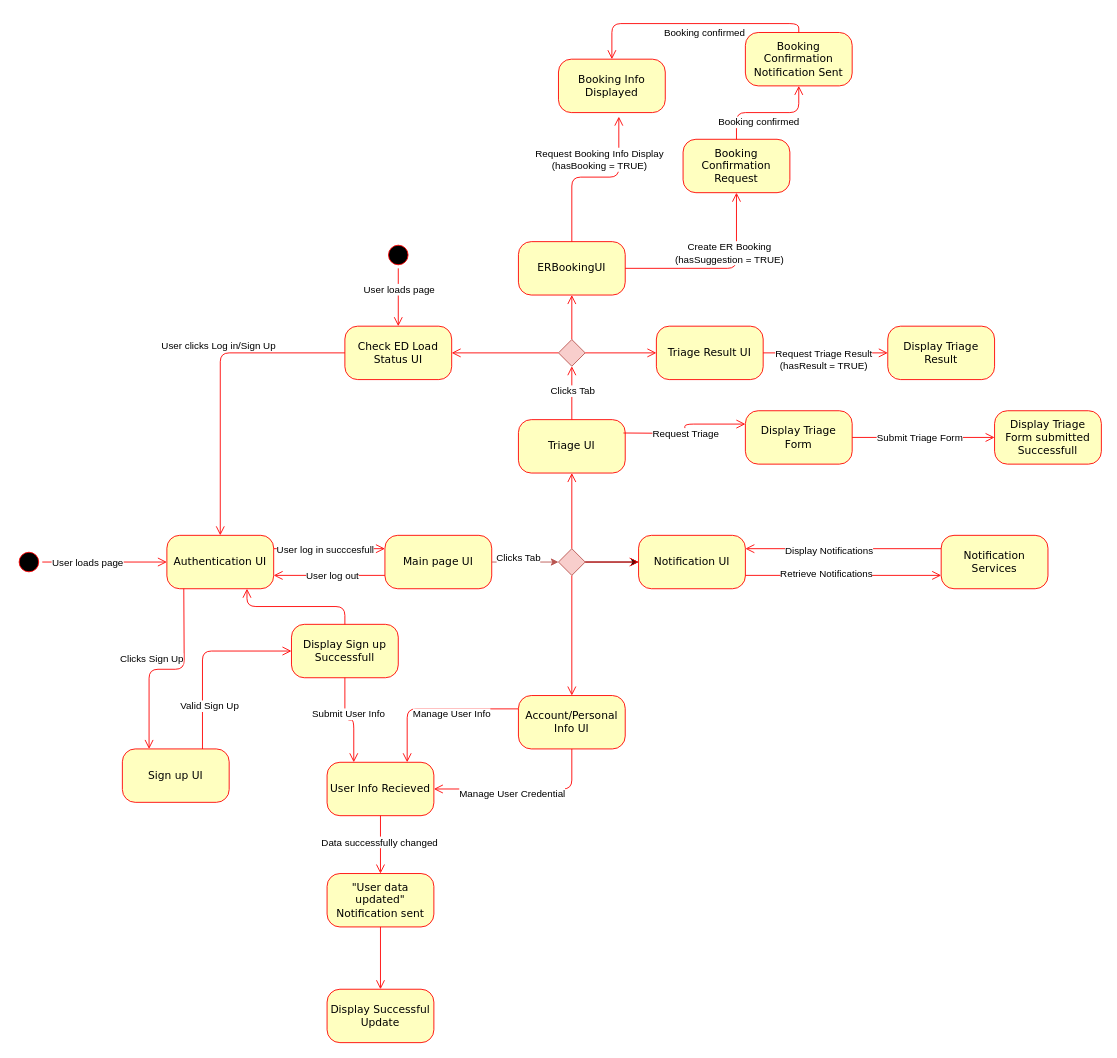
This is Drawio/UIStateDiagram.drawio from uvic-teach/project-m1-team8, a draw.io file, before an edit. Source tidied: cells renumbered, new cells numbered last; positions are measured from the earlier drawing's top-left corner, leaving out a move shared by most shapes. Both pictures are drawn from the tidied source at 89%, with x=0, y=0 at pixel (15, 32).
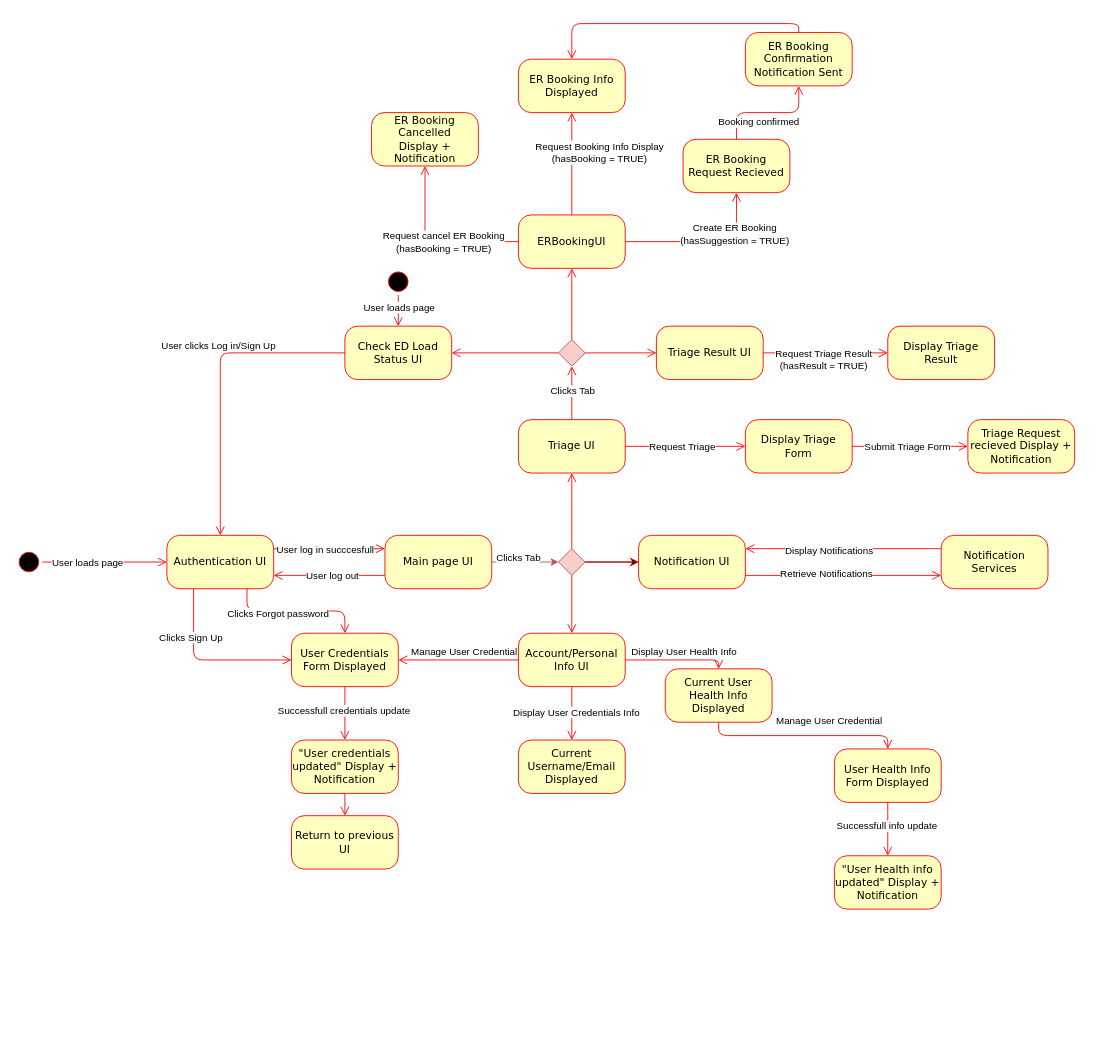
The same diagram, later.

Unchanged cells that the change refers to:
```xml
<mxCell id="3" value="Authentication UI" style="rounded=1;whiteSpace=wrap;html=1;arcSize=24;fillColor=#ffffc0;strokeColor=#ff0000;shadow=0;comic=0;labelBackgroundColor=none;fontFamily=Verdana;fontSize=12;fontColor=#000000;align=center;" parent="1" vertex="1">
  <mxGeometry x="170" y="565" width="120" height="60" as="geometry" />
</mxCell>
<mxCell id="14" value="Triage UI" style="rounded=1;whiteSpace=wrap;html=1;arcSize=24;fillColor=#ffffc0;strokeColor=#ff0000;shadow=0;comic=0;labelBackgroundColor=none;fontFamily=Verdana;fontSize=12;fontColor=#000000;align=center;" parent="1" vertex="1">
  <mxGeometry x="565" y="435" width="120" height="60" as="geometry" />
</mxCell>
<mxCell id="47" style="edgeStyle=orthogonalEdgeStyle;html=1;labelBackgroundColor=none;endArrow=open;endSize=8;strokeColor=#ff0000;fontFamily=Verdana;fontSize=12;align=left;exitX=0.5;exitY=0;exitDx=0;exitDy=0;entryX=0.5;entryY=0;entryDx=0;entryDy=0;" parent="1" edge="1" source="46" target="42">
  <mxGeometry relative="1" as="geometry" />
</mxCell>
```

Change to the diagram source:
```diff
@@
-    <mxCell id="10" style="edgeStyle=orthogonalEdgeStyle;html=1;labelBackgroundColor=none;endArrow=open;endSize=8;strokeColor=#ff0000;fontFamily=Verdana;fontSize=12;align=left;exitX=0.5;exitY=1;exitDx=0;exitDy=0;entryX=0.25;entryY=0;entryDx=0;entryDy=0;" parent="1" edge="1" target="28">
-      <mxGeometry relative="1" as="geometry">
-        <mxPoint x="189" y="625" as="sourcePoint" />
-      </mxGeometry>
+    <mxCell id="10" style="edgeStyle=orthogonalEdgeStyle;html=1;labelBackgroundColor=none;endArrow=open;endSize=8;strokeColor=#ff0000;fontFamily=Verdana;fontSize=12;align=left;entryX=0;entryY=0.5;entryDx=0;entryDy=0;exitX=0.25;exitY=1;exitDx=0;exitDy=0;" parent="1" edge="1" source="3" target="55">
+      <mxGeometry relative="1" as="geometry" />
     </mxCell>
     <mxCell id="11" value="Clicks Sign Up" style="edgeLabel;html=1;align=center;verticalAlign=middle;" parent="10" vertex="1">
       <mxGeometry x="-0.28" relative="1" as="geometry">
-        <mxPoint x="-37" as="offset" />
+        <mxPoint x="-4" y="-14" as="offset" />
       </mxGeometry>
     </mxCell>
@@
     <mxCell id="16" value="ERBookingUI" style="rounded=1;whiteSpace=wrap;html=1;arcSize=24;fillColor=#ffffc0;strokeColor=#ff0000;shadow=0;comic=0;labelBackgroundColor=none;fontFamily=Verdana;fontSize=12;fontColor=#000000;align=center;" parent="1" vertex="1">
-      <mxGeometry x="565" y="235" width="120" height="60" as="geometry" />
+      <mxGeometry x="565" y="205" width="120" height="60" as="geometry" />
     </mxCell>
@@
     <mxCell id="21" value="Account/Personal Info UI" style="rounded=1;whiteSpace=wrap;html=1;arcSize=24;fillColor=#ffffc0;strokeColor=#ff0000;shadow=0;comic=0;labelBackgroundColor=none;fontFamily=Verdana;fontSize=12;fontColor=#000000;align=center;" parent="1" vertex="1">
-      <mxGeometry x="565" y="745" width="120" height="60" as="geometry" />
+      <mxGeometry x="565" y="675" width="120" height="60" as="geometry" />
     </mxCell>
@@
     <mxCell id="25" style="ellipse;html=1;shape=startState;fillColor=#000000;strokeColor=#ff0000;rounded=1;shadow=0;comic=0;labelBackgroundColor=none;fontFamily=Verdana;fontSize=12;fontColor=#000000;align=center;direction=south;" parent="1" vertex="1">
-      <mxGeometry x="415" y="235" width="30" height="30" as="geometry" />
+      <mxGeometry x="415" y="265" width="30" height="30" as="geometry" />
     </mxCell>
@@
-    <mxCell id="28" value="Sign up UI" style="rounded=1;whiteSpace=wrap;html=1;arcSize=24;fillColor=#ffffc0;strokeColor=#ff0000;shadow=0;comic=0;labelBackgroundColor=none;fontFamily=Verdana;fontSize=12;fontColor=#000000;align=center;" parent="1" vertex="1">
-      <mxGeometry x="120" y="805" width="120" height="60" as="geometry" />
-    </mxCell>
-    <mxCell id="29" style="edgeStyle=orthogonalEdgeStyle;html=1;labelBackgroundColor=none;endArrow=open;endSize=8;strokeColor=#ff0000;fontFamily=Verdana;fontSize=12;align=left;exitX=0.75;exitY=0;exitDx=0;exitDy=0;entryX=0;entryY=0.5;entryDx=0;entryDy=0;" parent="1" edge="1" source="28" target="56">
-      <mxGeometry relative="1" as="geometry" />
-    </mxCell>
-    <mxCell id="30" value="Valid Sign Up" style="edgeLabel;html=1;align=center;verticalAlign=middle;" parent="29" vertex="1">
-      <mxGeometry x="-0.24" y="5" relative="1" as="geometry">
-        <mxPoint x="12" y="31" as="offset" />
-      </mxGeometry>
-    </mxCell>
@@
-    <mxCell id="40" style="edgeStyle=orthogonalEdgeStyle;html=1;labelBackgroundColor=none;endArrow=open;endSize=8;strokeColor=#ff0000;fontFamily=Verdana;fontSize=12;align=left;exitX=0.5;exitY=0;exitDx=0;exitDy=0;entryX=0.565;entryY=1.076;entryDx=0;entryDy=0;entryPerimeter=0;" parent="1" edge="1" source="16" target="42">
+    <mxCell id="40" style="edgeStyle=orthogonalEdgeStyle;html=1;labelBackgroundColor=none;endArrow=open;endSize=8;strokeColor=#ff0000;fontFamily=Verdana;fontSize=12;align=left;exitX=0.5;exitY=0;exitDx=0;exitDy=0;entryX=0.5;entryY=1;entryDx=0;entryDy=0;" parent="1" edge="1" source="16" target="42">
       <mxGeometry relative="1" as="geometry" />
     </mxCell>
@@
-    <mxCell id="42" value="Booking Info Displayed" style="rounded=1;whiteSpace=wrap;html=1;arcSize=24;fillColor=#ffffc0;strokeColor=#ff0000;shadow=0;comic=0;labelBackgroundColor=none;fontFamily=Verdana;fontSize=12;fontColor=#000000;align=center;" parent="1" vertex="1">
-      <mxGeometry x="610" y="30" width="120" height="60" as="geometry" />
+    <mxCell id="42" value="ER Booking Info Displayed" style="rounded=1;whiteSpace=wrap;html=1;arcSize=24;fillColor=#ffffc0;strokeColor=#ff0000;shadow=0;comic=0;labelBackgroundColor=none;fontFamily=Verdana;fontSize=12;fontColor=#000000;align=center;" parent="1" vertex="1">
+      <mxGeometry x="565" y="30" width="120" height="60" as="geometry" />
     </mxCell>
-    <mxCell id="43" value="Booking Confirmation Request" style="rounded=1;whiteSpace=wrap;html=1;arcSize=24;fillColor=#ffffc0;strokeColor=#ff0000;shadow=0;comic=0;labelBackgroundColor=none;fontFamily=Verdana;fontSize=12;fontColor=#000000;align=center;" parent="1" vertex="1">
+    <mxCell id="43" value="ER Booking Request Recieved" style="rounded=1;whiteSpace=wrap;html=1;arcSize=24;fillColor=#ffffc0;strokeColor=#ff0000;shadow=0;comic=0;labelBackgroundColor=none;fontFamily=Verdana;fontSize=12;fontColor=#000000;align=center;" parent="1" vertex="1">
       <mxGeometry x="750" y="120" width="120" height="60" as="geometry" />
     </mxCell>
@@
-    <mxCell id="46" value="Booking Confirmation Notification Sent" style="rounded=1;whiteSpace=wrap;html=1;arcSize=24;fillColor=#ffffc0;strokeColor=#ff0000;shadow=0;comic=0;labelBackgroundColor=none;fontFamily=Verdana;fontSize=12;fontColor=#000000;align=center;" parent="1" vertex="1">
+    <mxCell id="46" value="ER Booking Confirmation Notification Sent" style="rounded=1;whiteSpace=wrap;html=1;arcSize=24;fillColor=#ffffc0;strokeColor=#ff0000;shadow=0;comic=0;labelBackgroundColor=none;fontFamily=Verdana;fontSize=12;fontColor=#000000;align=center;" parent="1" vertex="1">
       <mxGeometry x="820" width="120" height="60" as="geometry" />
     </mxCell>
@@
-    <mxCell id="48" value="Booking confirmed" style="edgeLabel;html=1;align=center;verticalAlign=middle;" parent="47" vertex="1">
-      <mxGeometry x="-0.17" relative="1" as="geometry">
-        <mxPoint x="-9" y="10" as="offset" />
-      </mxGeometry>
-    </mxCell>
-    <mxCell id="49" style="edgeStyle=orthogonalEdgeStyle;html=1;labelBackgroundColor=none;endArrow=open;endSize=8;strokeColor=#ff0000;fontFamily=Verdana;fontSize=12;align=left;exitX=1;exitY=0.25;exitDx=0;exitDy=0;entryX=0;entryY=0.25;entryDx=0;entryDy=0;" parent="1" edge="1" target="51">
-      <mxGeometry relative="1" as="geometry">
-        <mxPoint x="683" y="450" as="sourcePoint" />
-      </mxGeometry>
+    <mxCell id="49" style="edgeStyle=orthogonalEdgeStyle;html=1;labelBackgroundColor=none;endArrow=open;endSize=8;strokeColor=#ff0000;fontFamily=Verdana;fontSize=12;align=left;exitX=1;exitY=0.5;exitDx=0;exitDy=0;entryX=0;entryY=0.5;entryDx=0;entryDy=0;" parent="1" edge="1" source="14" target="51">
+      <mxGeometry relative="1" as="geometry" />
     </mxCell>
@@
     <mxCell id="51" value="Display Triage Form" style="rounded=1;whiteSpace=wrap;html=1;arcSize=24;fillColor=#ffffc0;strokeColor=#ff0000;shadow=0;comic=0;labelBackgroundColor=none;fontFamily=Verdana;fontSize=12;fontColor=#000000;align=center;" parent="1" vertex="1">
-      <mxGeometry x="820" y="425" width="120" height="60" as="geometry" />
+      <mxGeometry x="820" y="435" width="120" height="60" as="geometry" />
     </mxCell>
@@
-    <mxCell id="55" value="User Info Recieved" style="rounded=1;whiteSpace=wrap;html=1;arcSize=24;fillColor=#ffffc0;strokeColor=#ff0000;shadow=0;comic=0;labelBackgroundColor=none;fontFamily=Verdana;fontSize=12;fontColor=#000000;align=center;" parent="1" vertex="1">
-      <mxGeometry x="350" y="820" width="120" height="60" as="geometry" />
+    <mxCell id="55" value="User Credentials Form Displayed" style="rounded=1;whiteSpace=wrap;html=1;arcSize=24;fillColor=#ffffc0;strokeColor=#ff0000;shadow=0;comic=0;labelBackgroundColor=none;fontFamily=Verdana;fontSize=12;fontColor=#000000;align=center;" parent="1" vertex="1">
+      <mxGeometry x="310" y="675" width="120" height="60" as="geometry" />
     </mxCell>
-    <mxCell id="56" value="Display Sign up Successfull" style="rounded=1;whiteSpace=wrap;html=1;arcSize=24;fillColor=#ffffc0;strokeColor=#ff0000;shadow=0;comic=0;labelBackgroundColor=none;fontFamily=Verdana;fontSize=12;fontColor=#000000;align=center;" parent="1" vertex="1">
-      <mxGeometry x="310" y="665" width="120" height="60" as="geometry" />
-    </mxCell>
-    <mxCell id="57" style="edgeStyle=orthogonalEdgeStyle;html=1;labelBackgroundColor=none;endArrow=open;endSize=8;strokeColor=#ff0000;fontFamily=Verdana;fontSize=12;align=left;exitX=0.5;exitY=1;exitDx=0;exitDy=0;entryX=0.25;entryY=0;entryDx=0;entryDy=0;" parent="1" edge="1" source="56" target="55">
-      <mxGeometry relative="1" as="geometry" />
-    </mxCell>
-    <mxCell id="58" value="Submit User Info" style="edgeLabel;html=1;align=center;verticalAlign=middle;" parent="57" vertex="1">
-      <mxGeometry x="-0.24" y="5" relative="1" as="geometry">
-        <mxPoint x="-2" as="offset" />
-      </mxGeometry>
-    </mxCell>
-    <mxCell id="59" style="edgeStyle=orthogonalEdgeStyle;html=1;labelBackgroundColor=none;endArrow=open;endSize=8;strokeColor=#ff0000;fontFamily=Verdana;fontSize=12;align=left;exitX=0.5;exitY=0;exitDx=0;exitDy=0;entryX=0.75;entryY=1;entryDx=0;entryDy=0;" parent="1" edge="1" source="56" target="3">
-      <mxGeometry relative="1" as="geometry" />
-    </mxCell>
-    <mxCell id="60" style="edgeStyle=orthogonalEdgeStyle;html=1;labelBackgroundColor=none;endArrow=open;endSize=8;strokeColor=#ff0000;fontFamily=Verdana;fontSize=12;align=left;exitX=0.5;exitY=1;exitDx=0;exitDy=0;entryX=1;entryY=0.5;entryDx=0;entryDy=0;" parent="1" edge="1" source="21" target="55">
+    <mxCell id="60" style="edgeStyle=orthogonalEdgeStyle;html=1;labelBackgroundColor=none;endArrow=open;endSize=8;strokeColor=#ff0000;fontFamily=Verdana;fontSize=12;align=left;exitX=0;exitY=0.5;exitDx=0;exitDy=0;entryX=1;entryY=0.5;entryDx=0;entryDy=0;" parent="1" edge="1" source="21" target="55">
       <mxGeometry relative="1" as="geometry" />
     </mxCell>
     <mxCell id="61" value="Manage User Credential" style="edgeLabel;html=1;align=center;verticalAlign=middle;" parent="60" vertex="1">
-      <mxGeometry x="0.13" y="4" relative="1" as="geometry" />
+      <mxGeometry x="0.13" y="4" relative="1" as="geometry">
+        <mxPoint x="14" y="-14" as="offset" />
+      </mxGeometry>
     </mxCell>
-    <mxCell id="62" style="edgeStyle=orthogonalEdgeStyle;html=1;labelBackgroundColor=none;endArrow=open;endSize=8;strokeColor=#ff0000;fontFamily=Verdana;fontSize=12;align=left;exitX=0;exitY=0.25;exitDx=0;exitDy=0;entryX=0.75;entryY=0;entryDx=0;entryDy=0;" parent="1" edge="1" source="21" target="55">
-      <mxGeometry relative="1" as="geometry" />
-    </mxCell>
-    <mxCell id="63" value="Manage User Info" style="edgeLabel;html=1;align=center;verticalAlign=middle;" parent="62" vertex="1">
-      <mxGeometry x="0.13" y="4" relative="1" as="geometry">
-        <mxPoint x="29" y="1" as="offset" />
-      </mxGeometry>
-    </mxCell>
-    <mxCell id="64" style="edgeStyle=orthogonalEdgeStyle;html=1;labelBackgroundColor=none;endArrow=open;endSize=8;strokeColor=#ff0000;fontFamily=Verdana;fontSize=12;align=left;exitX=0.5;exitY=1;exitDx=0;exitDy=0;entryX=0.5;entryY=0;entryDx=0;entryDy=0;" parent="1" edge="1" source="55" target="66">
+    <mxCell id="64" style="edgeStyle=orthogonalEdgeStyle;html=1;labelBackgroundColor=none;endArrow=open;endSize=8;strokeColor=#ff0000;fontFamily=Verdana;fontSize=12;align=left;entryX=0.5;entryY=0;entryDx=0;entryDy=0;exitX=0.5;exitY=1;exitDx=0;exitDy=0;" parent="1" edge="1" source="91" target="66">
       <mxGeometry relative="1" as="geometry" />
     </mxCell>
-    <mxCell id="65" value="Data successfully changed" style="edgeLabel;html=1;align=center;verticalAlign=middle;" parent="64" vertex="1">
+    <mxCell id="65" value="Successfull info update" style="edgeLabel;html=1;align=center;verticalAlign=middle;" parent="64" vertex="1">
       <mxGeometry x="-0.12" y="-2" relative="1" as="geometry" />
     </mxCell>
-    <mxCell id="66" value="&quot;User data updated&quot; Notification sent" style="rounded=1;whiteSpace=wrap;html=1;arcSize=24;fillColor=#ffffc0;strokeColor=#ff0000;shadow=0;comic=0;labelBackgroundColor=none;fontFamily=Verdana;fontSize=12;fontColor=#000000;align=center;" parent="1" vertex="1">
-      <mxGeometry x="350" y="945" width="120" height="60" as="geometry" />
+    <mxCell id="66" value="&quot;User Health info updated&quot; Display + Notification " style="rounded=1;whiteSpace=wrap;html=1;arcSize=24;fillColor=#ffffc0;strokeColor=#ff0000;shadow=0;comic=0;labelBackgroundColor=none;fontFamily=Verdana;fontSize=12;fontColor=#000000;align=center;" parent="1" vertex="1">
+      <mxGeometry x="920" y="925" width="120" height="60" as="geometry" />
     </mxCell>
-    <mxCell id="67" style="edgeStyle=orthogonalEdgeStyle;html=1;labelBackgroundColor=none;endArrow=open;endSize=8;strokeColor=#ff0000;fontFamily=Verdana;fontSize=12;align=left;exitX=0.5;exitY=1;exitDx=0;exitDy=0;entryX=0.5;entryY=0;entryDx=0;entryDy=0;" parent="1" edge="1" source="66" target="68">
-      <mxGeometry relative="1" as="geometry" />
-    </mxCell>
-    <mxCell id="68" value="Display Successful Update" style="rounded=1;whiteSpace=wrap;html=1;arcSize=24;fillColor=#ffffc0;strokeColor=#ff0000;shadow=0;comic=0;labelBackgroundColor=none;fontFamily=Verdana;fontSize=12;fontColor=#000000;align=center;" parent="1" vertex="1">
-      <mxGeometry x="350" y="1075" width="120" height="60" as="geometry" />
-    </mxCell>
@@
-    <mxCell id="76" style="edgeStyle=orthogonalEdgeStyle;html=1;labelBackgroundColor=none;endArrow=open;endSize=8;strokeColor=#ff0000;fontFamily=Verdana;fontSize=12;align=left;exitX=1;exitY=0.5;exitDx=0;exitDy=0;entryX=0;entryY=0.5;entryDx=0;entryDy=0;" parent="1" edge="1" source="51" target="78">
+    <mxCell id="76" style="edgeStyle=orthogonalEdgeStyle;html=1;labelBackgroundColor=none;endArrow=open;endSize=8;strokeColor=#ff0000;fontFamily=Verdana;fontSize=12;align=left;exitX=1;exitY=0.5;exitDx=0;exitDy=0;entryX=0;entryY=0.5;entryDx=0;entryDy=0;" parent="1" edge="1" source="51" target="79">
       <mxGeometry relative="1" as="geometry" />
     </mxCell>
@@
-    <mxCell id="78" value="Display Triage Form submitted Successfull" style="rounded=1;whiteSpace=wrap;html=1;arcSize=24;fillColor=#ffffc0;strokeColor=#ff0000;shadow=0;comic=0;labelBackgroundColor=none;fontFamily=Verdana;fontSize=12;fontColor=#000000;align=center;" parent="1" vertex="1">
-      <mxGeometry x="1100" y="425" width="120" height="60" as="geometry" />
-    </mxCell>
+    <mxCell id="79" value="Triage Request recieved Display + Notification " style="rounded=1;whiteSpace=wrap;html=1;arcSize=24;fillColor=#ffffc0;strokeColor=#ff0000;shadow=0;comic=0;labelBackgroundColor=none;fontFamily=Verdana;fontSize=12;fontColor=#000000;align=center;" parent="1" vertex="1">
+      <mxGeometry x="1070" y="435" width="120" height="60" as="geometry" />
+    </mxCell>
+    <mxCell id="80" value="&lt;div&gt;ER Booking Cancelled &lt;br&gt;&lt;/div&gt;&lt;div&gt;Display + Notification&lt;br&gt;&lt;/div&gt;" style="rounded=1;whiteSpace=wrap;html=1;arcSize=24;fillColor=#ffffc0;strokeColor=#ff0000;shadow=0;comic=0;labelBackgroundColor=none;fontFamily=Verdana;fontSize=12;fontColor=#000000;align=center;" parent="1" vertex="1">
+      <mxGeometry x="400" y="90" width="120" height="60" as="geometry" />
+    </mxCell>
+    <mxCell id="81" style="edgeStyle=orthogonalEdgeStyle;html=1;labelBackgroundColor=none;endArrow=open;endSize=8;strokeColor=#ff0000;fontFamily=Verdana;fontSize=12;align=left;exitX=0;exitY=0.5;exitDx=0;exitDy=0;entryX=0.5;entryY=1;entryDx=0;entryDy=0;" parent="1" edge="1" source="16" target="80">
+      <mxGeometry relative="1" as="geometry" />
+    </mxCell>
+    <mxCell id="82" value="&lt;div&gt;Request cancel ER Booking &lt;br&gt;&lt;/div&gt;&lt;div&gt;(hasBooking = TRUE)&lt;br&gt;&lt;/div&gt;" style="edgeLabel;html=1;align=center;verticalAlign=middle;" parent="81" vertex="1">
+      <mxGeometry x="-0.44" y="4" relative="1" as="geometry">
+        <mxPoint x="-32" y="-4" as="offset" />
+      </mxGeometry>
+    </mxCell>
+    <mxCell id="83" style="edgeStyle=orthogonalEdgeStyle;html=1;labelBackgroundColor=none;endArrow=open;endSize=8;strokeColor=#ff0000;fontFamily=Verdana;fontSize=12;align=left;exitX=1;exitY=0.5;exitDx=0;exitDy=0;entryX=0.5;entryY=0;entryDx=0;entryDy=0;" parent="1" edge="1" source="21" target="85">
+      <mxGeometry relative="1" as="geometry" />
+    </mxCell>
+    <mxCell id="84" value="Display User Health Info" style="edgeLabel;html=1;align=center;verticalAlign=middle;" parent="83" vertex="1">
+      <mxGeometry x="0.13" y="4" relative="1" as="geometry">
+        <mxPoint y="-6" as="offset" />
+      </mxGeometry>
+    </mxCell>
+    <mxCell id="85" value="Current User Health Info Displayed" style="rounded=1;whiteSpace=wrap;html=1;arcSize=24;fillColor=#ffffc0;strokeColor=#ff0000;shadow=0;comic=0;labelBackgroundColor=none;fontFamily=Verdana;fontSize=12;fontColor=#000000;align=center;" parent="1" vertex="1">
+      <mxGeometry x="730" y="715" width="120" height="60" as="geometry" />
+    </mxCell>
+    <mxCell id="86" style="edgeStyle=orthogonalEdgeStyle;html=1;labelBackgroundColor=none;endArrow=open;endSize=8;strokeColor=#ff0000;fontFamily=Verdana;fontSize=12;align=left;exitX=0.5;exitY=1;exitDx=0;exitDy=0;entryX=0.5;entryY=0;entryDx=0;entryDy=0;" parent="1" edge="1" source="55" target="88">
+      <mxGeometry relative="1" as="geometry" />
+    </mxCell>
+    <mxCell id="87" value="Successfull credentials update" style="edgeLabel;html=1;align=center;verticalAlign=middle;" parent="86" vertex="1">
+      <mxGeometry x="-0.12" y="-2" relative="1" as="geometry" />
+    </mxCell>
+    <mxCell id="88" value="&quot;User credentials updated&quot; Display + Notification " style="rounded=1;whiteSpace=wrap;html=1;arcSize=24;fillColor=#ffffc0;strokeColor=#ff0000;shadow=0;comic=0;labelBackgroundColor=none;fontFamily=Verdana;fontSize=12;fontColor=#000000;align=center;" parent="1" vertex="1">
+      <mxGeometry x="310" y="795" width="120" height="60" as="geometry" />
+    </mxCell>
+    <mxCell id="89" style="edgeStyle=orthogonalEdgeStyle;html=1;labelBackgroundColor=none;endArrow=open;endSize=8;strokeColor=#ff0000;fontFamily=Verdana;fontSize=12;align=left;exitX=0.5;exitY=1;exitDx=0;exitDy=0;entryX=0.5;entryY=0;entryDx=0;entryDy=0;" parent="1" edge="1" source="88" target="90">
+      <mxGeometry relative="1" as="geometry" />
+    </mxCell>
+    <mxCell id="90" value="Return to previous UI" style="rounded=1;whiteSpace=wrap;html=1;arcSize=24;fillColor=#ffffc0;strokeColor=#ff0000;shadow=0;comic=0;labelBackgroundColor=none;fontFamily=Verdana;fontSize=12;fontColor=#000000;align=center;" parent="1" vertex="1">
+      <mxGeometry x="310" y="880" width="120" height="60" as="geometry" />
+    </mxCell>
+    <mxCell id="91" value="User Health Info Form Displayed" style="rounded=1;whiteSpace=wrap;html=1;arcSize=24;fillColor=#ffffc0;strokeColor=#ff0000;shadow=0;comic=0;labelBackgroundColor=none;fontFamily=Verdana;fontSize=12;fontColor=#000000;align=center;" parent="1" vertex="1">
+      <mxGeometry x="920" y="805" width="120" height="60" as="geometry" />
+    </mxCell>
+    <mxCell id="92" style="edgeStyle=orthogonalEdgeStyle;html=1;labelBackgroundColor=none;endArrow=open;endSize=8;strokeColor=#ff0000;fontFamily=Verdana;fontSize=12;align=left;exitX=0.5;exitY=1;exitDx=0;exitDy=0;entryX=0.5;entryY=0;entryDx=0;entryDy=0;" parent="1" edge="1" source="85" target="91">
+      <mxGeometry relative="1" as="geometry" />
+    </mxCell>
+    <mxCell id="93" value="Manage User Credential" style="edgeLabel;html=1;align=center;verticalAlign=middle;" parent="92" vertex="1">
+      <mxGeometry x="0.13" y="4" relative="1" as="geometry">
+        <mxPoint x="14" y="-14" as="offset" />
+      </mxGeometry>
+    </mxCell>
+    <mxCell id="94" value="Current Username/Email Displayed" style="rounded=1;whiteSpace=wrap;html=1;arcSize=24;fillColor=#ffffc0;strokeColor=#ff0000;shadow=0;comic=0;labelBackgroundColor=none;fontFamily=Verdana;fontSize=12;fontColor=#000000;align=center;" parent="1" vertex="1">
+      <mxGeometry x="565" y="795" width="120" height="60" as="geometry" />
+    </mxCell>
+    <mxCell id="95" style="edgeStyle=orthogonalEdgeStyle;html=1;labelBackgroundColor=none;endArrow=open;endSize=8;strokeColor=#ff0000;fontFamily=Verdana;fontSize=12;align=left;exitX=0.5;exitY=1;exitDx=0;exitDy=0;entryX=0.5;entryY=0;entryDx=0;entryDy=0;" parent="1" edge="1" source="21" target="94">
+      <mxGeometry relative="1" as="geometry" />
+    </mxCell>
+    <mxCell id="96" value="Display User Credentials Info" style="edgeLabel;html=1;align=center;verticalAlign=middle;" parent="95" vertex="1">
+      <mxGeometry x="0.13" y="4" relative="1" as="geometry">
+        <mxPoint y="-6" as="offset" />
+      </mxGeometry>
+    </mxCell>
+    <mxCell id="97" style="edgeStyle=orthogonalEdgeStyle;html=1;labelBackgroundColor=none;endArrow=open;endSize=8;strokeColor=#ff0000;fontFamily=Verdana;fontSize=12;align=left;entryX=0.5;entryY=0;entryDx=0;entryDy=0;exitX=0.75;exitY=1;exitDx=0;exitDy=0;" parent="1" edge="1" source="3" target="55">
+      <mxGeometry relative="1" as="geometry" />
+    </mxCell>
+    <mxCell id="98" value="Clicks Forgot password" style="edgeLabel;html=1;align=center;verticalAlign=middle;" parent="97" vertex="1">
+      <mxGeometry x="-0.28" relative="1" as="geometry">
+        <mxPoint x="1" y="2" as="offset" />
+      </mxGeometry>
+    </mxCell>
```
